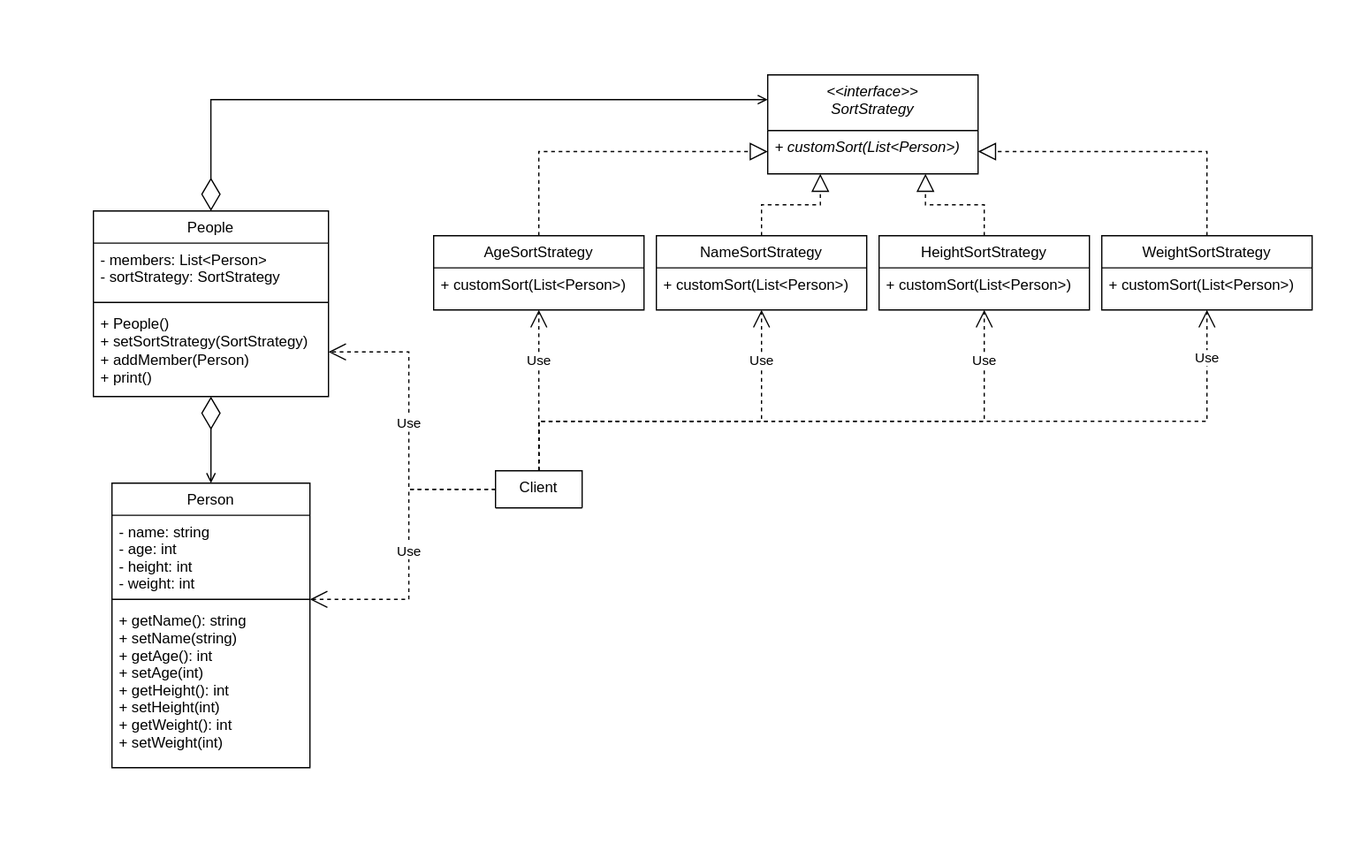
This is LabDesignPatterns/LabBehavioral/behavioral/uml.svg from Natashi/KMITL_SoftArch_Asn, a draw.io export, as it was before one commit. Source tidied: cells renumbered, new cells last; positions are measured from the earlier drawing's top-left corner, leaving out a move shared by most shapes.
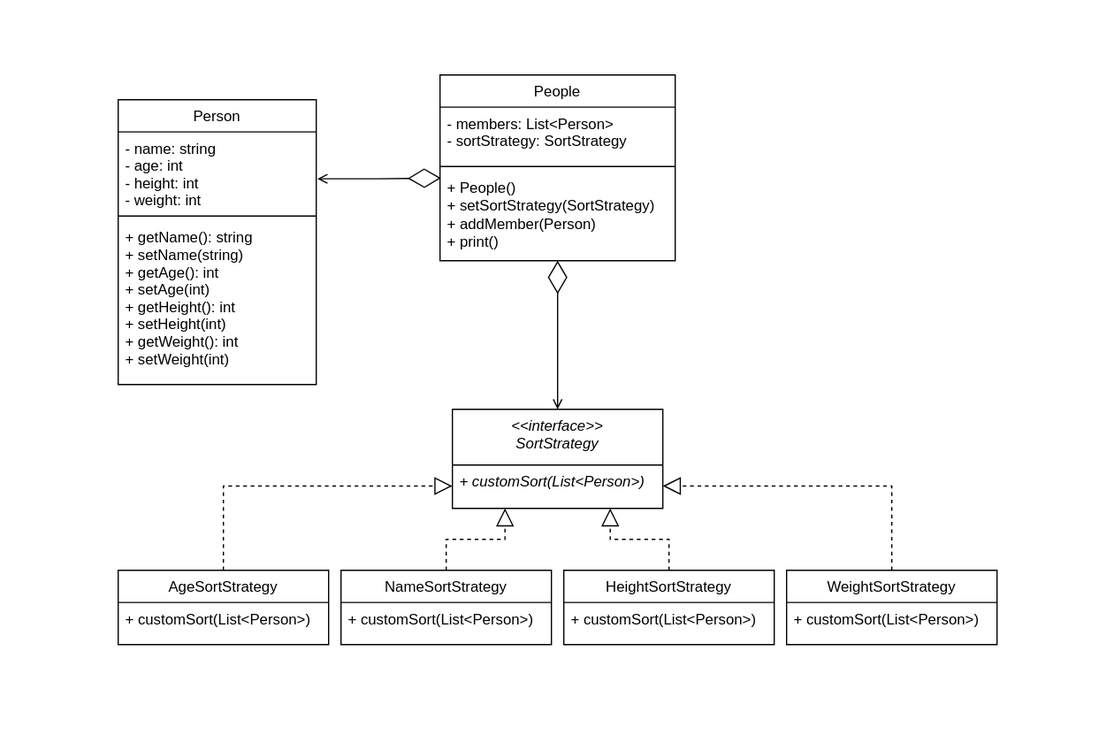
Above is the later version.

Commit message:
Removed client in uml

The edit, as a diff of the source:
```diff
@@ -2,11 +2,8 @@
   <root>
     <mxCell id="0" />
     <mxCell id="1" parent="0" />
-    <mxCell id="2" value="Client" style="swimlane;fontStyle=0;align=center;verticalAlign=top;horizontal=1;startSize=30;rounded=0;shadow=0;strokeWidth=1;" parent="1" vertex="1">
-      <mxGeometry x="325" y="320" width="70" height="30" as="geometry" />
-    </mxCell>
     <mxCell id="3" value="Person" style="swimlane;fontStyle=0;align=center;verticalAlign=top;horizontal=1;startSize=26;rounded=0;shadow=0;strokeWidth=1;" parent="1" vertex="1">
-      <mxGeometry x="15" y="330" width="160" height="230" as="geometry" />
+      <mxGeometry x="275" y="-250" width="160" height="230" as="geometry" />
     </mxCell>
     <mxCell id="4" value="- name: string&#10;- age: int&#10;- height: int&#10;- weight: int&#10;&#10;&#10;" style="text;align=left;verticalAlign=top;spacingLeft=4;spacingRight=4;overflow=hidden;points=[[0,0.5],[1,0.5]];portConstraint=eastwest;" parent="3" vertex="1">
       <mxGeometry y="26" width="160" height="64" as="geometry" />
@@ -18,7 +15,7 @@
       <mxGeometry y="98" width="160" height="122" as="geometry" />
     </mxCell>
     <mxCell id="7" value="People" style="swimlane;fontStyle=0;align=center;verticalAlign=top;horizontal=1;startSize=26;rounded=0;shadow=0;strokeWidth=1;" parent="1" vertex="1">
-      <mxGeometry y="110" width="190" height="150" as="geometry" />
+      <mxGeometry x="535" y="-270" width="190" height="150" as="geometry" />
     </mxCell>
     <mxCell id="8" value="- members: List&lt;Person&gt;&#10;- sortStrategy: SortStrategy&#10;" style="text;align=left;verticalAlign=top;spacingLeft=4;spacingRight=4;overflow=hidden;" parent="7" vertex="1">
       <mxGeometry y="26" width="190" height="44" as="geometry" />
@@ -71,55 +68,11 @@
     <mxCell id="24" style="endArrow=block;dashed=1;endFill=0;endSize=12;html=1;rounded=0;exitX=0.5;exitY=0;exitDx=0;exitDy=0;entryX=1;entryY=0.5;entryDx=0;entryDy=0;edgeStyle=orthogonalEdgeStyle;" parent="1" edge="1" source="15" target="12">
       <mxGeometry relative="1" as="geometry" />
     </mxCell>
-    <mxCell id="25" value="Use" style="endArrow=open;endSize=12;dashed=1;html=1;rounded=0;exitX=0.5;exitY=0;exitDx=0;exitDy=0;entryX=0.5;entryY=1;entryDx=0;entryDy=0;edgeStyle=orthogonalEdgeStyle;" parent="1" edge="1" source="2" target="13">
-      <mxGeometry x="0.38" relative="1" as="geometry" />
-    </mxCell>
-    <mxCell id="26" value="Use" style="endArrow=open;endSize=12;dashed=1;html=1;rounded=0;exitX=0.5;exitY=0;exitDx=0;exitDy=0;edgeStyle=orthogonalEdgeStyle;" parent="1" edge="1" source="2">
-      <mxGeometry x="0.74" relative="1" as="geometry">
-        <mxPoint x="540" y="190" as="targetPoint" />
-        <Array as="points">
-          <mxPoint x="360" y="280" />
-          <mxPoint x="540" y="280" />
-        </Array>
-      </mxGeometry>
-    </mxCell>
-    <mxCell id="27" value="Use" style="endArrow=open;endSize=12;dashed=1;html=1;rounded=0;exitX=0.5;exitY=0;exitDx=0;exitDy=0;entryX=0.5;entryY=1;entryDx=0;entryDy=0;edgeStyle=orthogonalEdgeStyle;" parent="1" edge="1" source="2" target="17">
-      <mxGeometry x="0.84" relative="1" as="geometry">
-        <Array as="points">
-          <mxPoint x="360" y="280" />
-          <mxPoint x="720" y="280" />
-        </Array>
-      </mxGeometry>
-    </mxCell>
-    <mxCell id="28" value="Use" style="endArrow=open;endSize=12;dashed=1;html=1;rounded=0;exitX=0.5;exitY=0;exitDx=0;exitDy=0;entryX=0.5;entryY=1;entryDx=0;entryDy=0;edgeStyle=orthogonalEdgeStyle;" parent="1" edge="1" source="2" target="15">
-      <mxGeometry x="0.88" relative="1" as="geometry">
-        <Array as="points">
-          <mxPoint x="360" y="280" />
-          <mxPoint x="900" y="280" />
-        </Array>
-      </mxGeometry>
-    </mxCell>
-    <mxCell id="29" value="Use" style="endArrow=open;endSize=12;dashed=1;html=1;rounded=0;exitX=0;exitY=0.5;exitDx=0;exitDy=0;entryX=1;entryY=0.5;entryDx=0;entryDy=0;edgeStyle=orthogonalEdgeStyle;" parent="1" edge="1" source="2" target="10">
-      <mxGeometry relative="1" as="geometry">
-        <Array as="points">
-          <mxPoint x="255" y="335" />
-          <mxPoint x="255" y="224" />
-        </Array>
-      </mxGeometry>
-    </mxCell>
-    <mxCell id="30" style="endArrow=diamondThin;endFill=0;endSize=24;html=1;rounded=0;labelBackgroundColor=default;fontColor=none;exitX=0.5;exitY=0;exitDx=0;exitDy=0;entryX=0.5;entryY=1;entryDx=0;entryDy=0;edgeStyle=orthogonalEdgeStyle;startArrow=open;startFill=0;" parent="1" edge="1" source="3" target="7">
-      <mxGeometry relative="1" as="geometry" />
-    </mxCell>
-    <mxCell id="31" style="endArrow=diamondThin;endFill=0;endSize=24;html=1;rounded=0;labelBackgroundColor=default;fontColor=none;exitX=0;exitY=0.25;exitDx=0;exitDy=0;entryX=0.5;entryY=0;entryDx=0;entryDy=0;edgeStyle=orthogonalEdgeStyle;startArrow=open;startFill=0;" parent="1" edge="1" source="11" target="7">
+    <mxCell id="31" style="endArrow=diamondThin;endFill=0;endSize=24;html=1;rounded=0;labelBackgroundColor=default;fontColor=none;edgeStyle=orthogonalEdgeStyle;startArrow=open;startFill=0;entryX=0.5;entryY=1;entryDx=0;entryDy=0;" parent="1" edge="1" source="11" target="7">
       <mxGeometry relative="1" as="geometry" />
     </mxCell>
-    <mxCell id="32" value="Use" style="endArrow=open;endSize=12;dashed=1;html=1;rounded=0;edgeStyle=orthogonalEdgeStyle;exitX=0;exitY=0.5;exitDx=0;exitDy=0;" parent="1" edge="1" source="2" target="5">
-      <mxGeometry relative="1" as="geometry">
-        <Array as="points">
-          <mxPoint x="255" y="335" />
-          <mxPoint x="255" y="424" />
-        </Array>
-      </mxGeometry>
-    </mxCell>
+    <mxCell id="33" style="endArrow=diamondThin;endFill=0;endSize=24;html=1;rounded=0;labelBackgroundColor=default;fontColor=none;startArrow=open;startFill=0;entryX=0.004;entryY=0.073;entryDx=0;entryDy=0;edgeStyle=orthogonalEdgeStyle;exitX=1.006;exitY=0.592;exitDx=0;exitDy=0;exitPerimeter=0;entryPerimeter=0;" parent="1" edge="1" source="4" target="10">
+      <mxGeometry relative="1" as="geometry" />
+    </mxCell>
   </root>
 </mxGraphModel>
```
